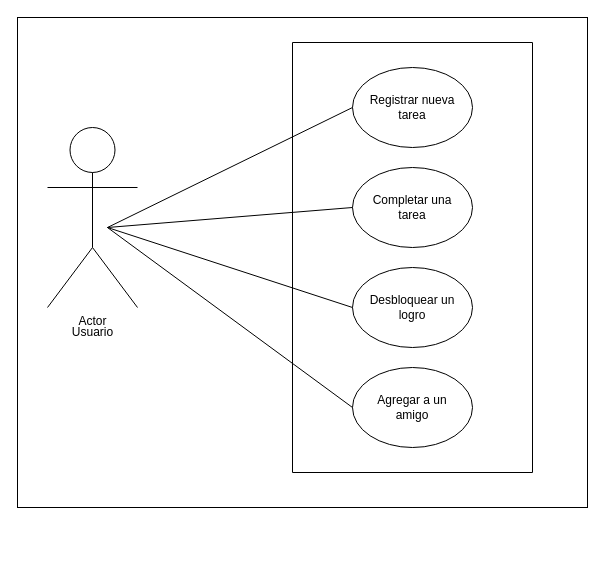
Before: page "casos de uso" (1 of 2) of docs/design/diagrams/use_cases_diagram.drawio in caupolicanre/software-engineering-gamify, a draw.io diagram. Source tidied: cells renumbered, new cells numbered last; positions are measured from the earlier drawing's top-left corner, leaving out a move shared by most shapes. Both pictures are drawn from the tidied source at 100%, with x=0, y=0 at pixel (17, 17).
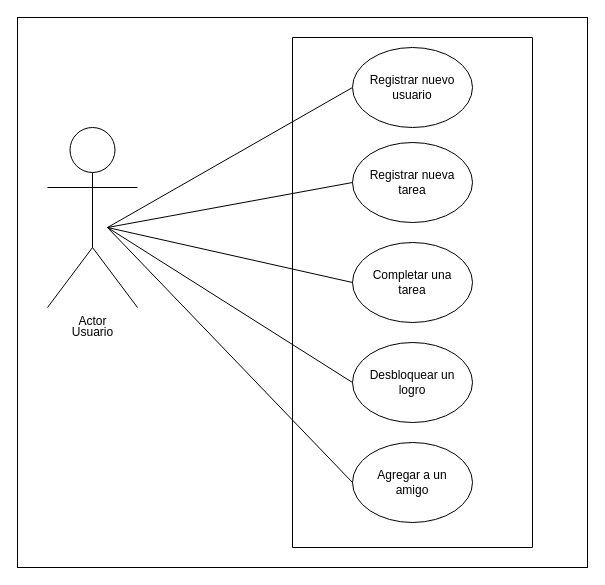
The same diagram, later.

Change to the diagram source:
```diff
@@
 <mxGraphModel>
   <root>
     <mxCell id="0" />
     <mxCell id="1" parent="0" />
     <mxCell id="2" style="rounded=0;whiteSpace=wrap;html=1;" parent="1" vertex="1">
-      <mxGeometry width="570" height="490" as="geometry" />
+      <mxGeometry width="570" height="550" as="geometry" />
     </mxCell>
     <mxCell id="3" value="Actor" style="shape=umlActor;verticalLabelPosition=bottom;verticalAlign=top;html=1;" parent="1" vertex="1">
       <mxGeometry x="30" y="110" width="90" height="180" as="geometry" />
     </mxCell>
     <mxCell id="4" style="verticalLabelPosition=bottom;verticalAlign=top;html=1;shape=mxgraph.basic.rect;fillColor2=none;strokeWidth=1;size=20;indent=5;rotation=90;" parent="1" vertex="1">
-      <mxGeometry x="180" y="120" width="430" height="240" as="geometry" />
+      <mxGeometry x="140" y="155" width="510" height="240" as="geometry" />
     </mxCell>
-    <mxCell id="5" value="Registrar nueva&lt;div&gt;tarea&lt;/div&gt;" style="ellipse;whiteSpace=wrap;html=1;" parent="1" vertex="1">
-      <mxGeometry x="335" y="50" width="120" height="80" as="geometry" />
+    <mxCell id="5" value="&lt;font style=&quot;color: rgb(0, 0, 0);&quot;&gt;Registrar nueva&lt;/font&gt;&lt;div&gt;&lt;font style=&quot;color: rgb(0, 0, 0);&quot;&gt;tarea&lt;/font&gt;&lt;/div&gt;" style="ellipse;whiteSpace=wrap;html=1;" parent="1" vertex="1">
+      <mxGeometry x="335" y="125" width="120" height="80" as="geometry" />
     </mxCell>
-    <mxCell id="6" value="Completar una&lt;div&gt;tarea&lt;/div&gt;" style="ellipse;whiteSpace=wrap;html=1;" parent="1" vertex="1">
-      <mxGeometry x="335" y="150" width="120" height="80" as="geometry" />
+    <mxCell id="6" value="&lt;font style=&quot;color: rgb(0, 0, 0);&quot;&gt;Completar una&lt;/font&gt;&lt;div&gt;&lt;font style=&quot;color: rgb(0, 0, 0);&quot;&gt;tarea&lt;/font&gt;&lt;/div&gt;" style="ellipse;whiteSpace=wrap;html=1;" parent="1" vertex="1">
+      <mxGeometry x="335" y="225" width="120" height="80" as="geometry" />
     </mxCell>
-    <mxCell id="7" value="Desbloquear un&lt;div&gt;logro&lt;/div&gt;" style="ellipse;whiteSpace=wrap;html=1;" parent="1" vertex="1">
-      <mxGeometry x="335" y="250" width="120" height="80" as="geometry" />
+    <mxCell id="7" value="&lt;font style=&quot;color: rgb(0, 0, 0);&quot;&gt;Desbloquear un&lt;/font&gt;&lt;div&gt;&lt;font style=&quot;color: rgb(0, 0, 0);&quot;&gt;logro&lt;/font&gt;&lt;/div&gt;" style="ellipse;whiteSpace=wrap;html=1;" parent="1" vertex="1">
+      <mxGeometry x="335" y="325" width="120" height="80" as="geometry" />
     </mxCell>
-    <mxCell id="8" value="Agregar a un&lt;div&gt;amigo&lt;/div&gt;" style="ellipse;whiteSpace=wrap;html=1;" parent="1" vertex="1">
-      <mxGeometry x="335" y="350" width="120" height="80" as="geometry" />
+    <mxCell id="8" value="&lt;font style=&quot;color: rgb(0, 0, 0);&quot;&gt;Agregar a un&lt;/font&gt;&lt;div&gt;&lt;font style=&quot;color: rgb(0, 0, 0);&quot;&gt;amigo&lt;/font&gt;&lt;/div&gt;" style="ellipse;whiteSpace=wrap;html=1;" parent="1" vertex="1">
+      <mxGeometry x="335" y="425" width="120" height="80" as="geometry" />
     </mxCell>
     <mxCell id="9" style="edgeStyle=none;jettySize=auto;html=1;rounded=0;entryX=0;entryY=0.5;entryDx=0;entryDy=0;endArrow=none;startFill=0;" parent="1" edge="1" target="5">
       <mxGeometry relative="1" as="geometry">
         <mxPoint x="90" y="210" as="sourcePoint" />
       </mxGeometry>
     </mxCell>
     <mxCell id="10" style="edgeStyle=none;jettySize=auto;html=1;rounded=0;entryX=0;entryY=0.5;entryDx=0;entryDy=0;endArrow=none;startFill=0;" parent="1" edge="1" target="6">
       <mxGeometry relative="1" as="geometry">
         <mxPoint x="90" y="210" as="sourcePoint" />
       </mxGeometry>
     </mxCell>
     <mxCell id="11" style="edgeStyle=none;jettySize=auto;html=1;rounded=0;entryX=0;entryY=0.5;entryDx=0;entryDy=0;endArrow=none;startFill=0;" parent="1" edge="1" target="7">
       <mxGeometry relative="1" as="geometry">
         <mxPoint x="90" y="210" as="sourcePoint" />
       </mxGeometry>
     </mxCell>
     <mxCell id="12" style="edgeStyle=none;jettySize=auto;html=1;rounded=0;entryX=0;entryY=0.5;entryDx=0;entryDy=0;endArrow=none;startFill=0;" parent="1" edge="1" target="8">
       <mxGeometry relative="1" as="geometry">
         <mxPoint x="90" y="210" as="sourcePoint" />
       </mxGeometry>
     </mxCell>
     <mxCell id="13" value="Usuario" style="text;html=1;align=center;verticalAlign=middle;strokeColor=none;fillColor=none;" parent="1" vertex="1">
       <mxGeometry x="45" y="300" width="60" height="30" as="geometry" />
     </mxCell>
+    <mxCell id="14" style="edgeStyle=none;html=1;exitX=0;exitY=0.5;exitDx=0;exitDy=0;endArrow=none;endFill=0;" parent="1" edge="1" source="15">
+      <mxGeometry relative="1" as="geometry">
+        <mxPoint x="90" y="210" as="targetPoint" />
+      </mxGeometry>
+    </mxCell>
+    <mxCell id="15" value="&lt;font style=&quot;color: rgb(0, 0, 0);&quot;&gt;Registrar nuevo usuario&lt;/font&gt;" style="ellipse;whiteSpace=wrap;html=1;" parent="1" vertex="1">
+      <mxGeometry x="335" y="30" width="120" height="80" as="geometry" />
+    </mxCell>
   </root>
 </mxGraphModel>
```
